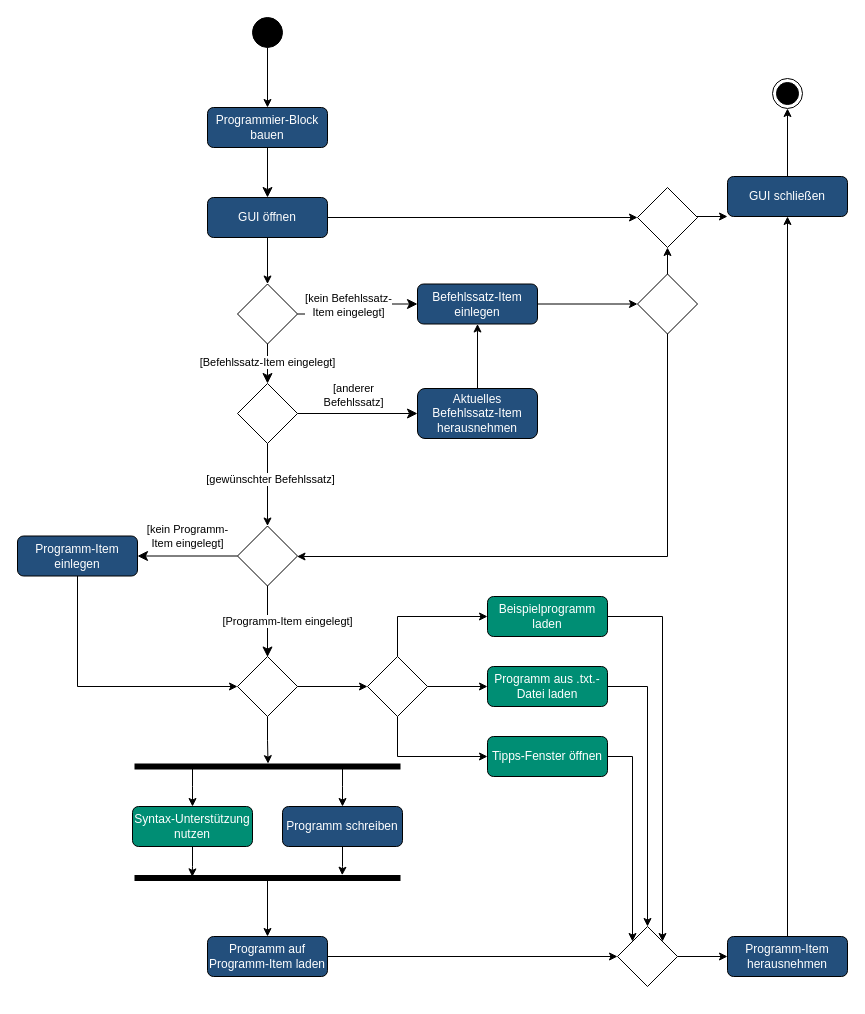
This is AktivitätsdiagrammProgrammierblock.drawio from LundiNord/RISCJ-Diagramms, a draw.io file, before an edit. Source tidied: cells renumbered, new cells numbered last; positions are measured from the earlier drawing's top-left corner, leaving out a move shared by most shapes. Both pictures are drawn from the tidied source at 100%, with x=0, y=0 at pixel (17, 17).
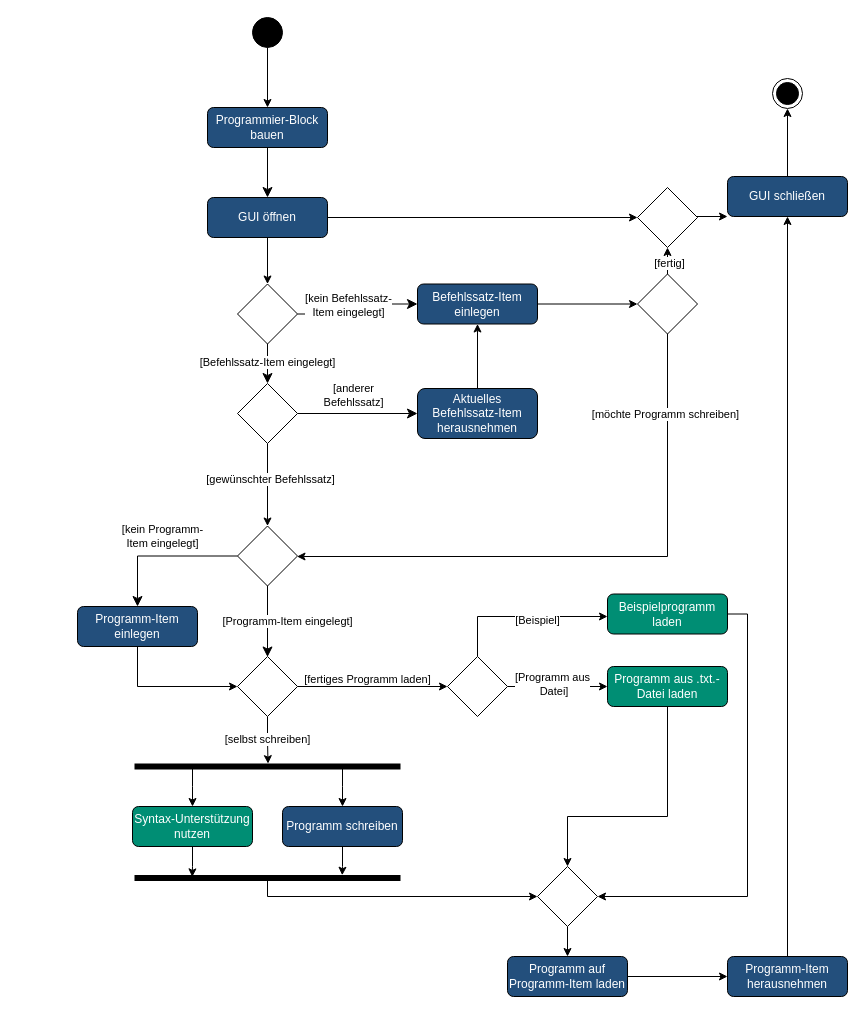
The same page after the edit.

The change refers to these unchanged cells:
```xml
<mxCell id="4" style="edgeStyle=orthogonalEdgeStyle;rounded=0;jettySize=auto;html=1;" parent="1" edge="1" source="17" target="23">
  <mxGeometry relative="1" as="geometry">
    <Array as="points">
      <mxPoint x="650" y="539" />
    </Array>
  </mxGeometry>
</mxCell>
<mxCell id="19" style="edgeStyle=orthogonalEdgeStyle;rounded=0;jettySize=auto;html=1;" parent="1" edge="1" source="17" target="20">
  <mxGeometry relative="1" as="geometry" />
</mxCell>
<mxCell id="34" style="edgeStyle=orthogonalEdgeStyle;rounded=0;jettySize=auto;html=1;entryX=-0.073;entryY=0.498;entryDx=0;entryDy=0;entryPerimeter=0;" parent="1" edge="1" source="35" target="45">
  <mxGeometry relative="1" as="geometry" />
</mxCell>
<mxCell id="35" style="rhombus;whiteSpace=wrap;html=1;shadow=0;fontFamily=Helvetica;fontSize=12;align=center;strokeWidth=1;spacing=6;spacingTop=-4;" parent="1" vertex="1">
  <mxGeometry x="220" y="639" width="60" height="60" as="geometry" />
</mxCell>
<mxCell id="47" style="html=1;points=[];perimeter=orthogonalPerimeter;fillColor=strokeColor;rotation=90;" parent="1" vertex="1">
  <mxGeometry x="247.5" y="728" width="5" height="265" as="geometry" />
</mxCell>
<mxCell id="55" style="edgeStyle=orthogonalEdgeStyle;rounded=0;jettySize=auto;html=1;" parent="1" edge="1" source="57" target="30">
  <mxGeometry relative="1" as="geometry" />
</mxCell>
<mxCell id="58" style="edgeStyle=orthogonalEdgeStyle;rounded=0;jettySize=auto;html=1;" parent="1" edge="1" source="35" target="57">
  <mxGeometry relative="1" as="geometry" />
</mxCell>
```

What changed in the source:
```diff
@@
+    <mxCell id="61" value="[möchte Programm schreiben]" style="edgeLabel;html=1;align=center;verticalAlign=middle;" parent="4" vertex="1">
+      <mxGeometry x="-0.73" y="-3" relative="1" as="geometry" />
+    </mxCell>
@@
+    <mxCell id="62" value="[fertig]" style="edgeLabel;html=1;align=center;verticalAlign=middle;" parent="19" vertex="1">
+      <mxGeometry x="0.43" y="-1" relative="1" as="geometry" />
+    </mxCell>
@@
     <mxCell id="24" style="edgeStyle=orthogonalEdgeStyle;rounded=0;jettySize=auto;html=1;" parent="1" edge="1" source="25" target="35">
       <mxGeometry relative="1" as="geometry">
         <Array as="points">
-          <mxPoint x="60" y="669" />
+          <mxPoint x="120" y="669" />
         </Array>
       </mxGeometry>
     </mxCell>
     <mxCell id="25" value="Programm-Item einlegen" style="rounded=1;whiteSpace=wrap;html=1;fontSize=12;glass=0;strokeWidth=1;shadow=0;fontColor=#ffffff;fillColor=#234F7C;" parent="1" vertex="1">
-      <mxGeometry y="518.5" width="120" height="40" as="geometry" />
+      <mxGeometry x="60" y="589" width="120" height="40" as="geometry" />
     </mxCell>
-    <mxCell id="26" style="edgeStyle=orthogonalEdgeStyle;rounded=0;jettySize=auto;html=1;entryX=0;entryY=0;entryDx=0;entryDy=0;" parent="1" edge="1" source="27" target="60">
-      <mxGeometry relative="1" as="geometry" />
-    </mxCell>
-    <mxCell id="27" value="Tipps-Fenster öffnen" style="rounded=1;whiteSpace=wrap;html=1;fontSize=12;glass=0;strokeWidth=1;shadow=0;fontColor=#ffffff;fillColor=#008e74;" parent="1" vertex="1">
-      <mxGeometry x="470" y="719" width="120" height="40" as="geometry" />
-    </mxCell>
@@
     <mxCell id="29" style="edgeStyle=orthogonalEdgeStyle;rounded=0;jettySize=auto;html=1;" parent="1" edge="1" source="30" target="60">
-      <mxGeometry relative="1" as="geometry" />
+      <mxGeometry relative="1" as="geometry">
+        <Array as="points">
+          <mxPoint x="650" y="799" />
+          <mxPoint x="550" y="799" />
+        </Array>
+      </mxGeometry>
     </mxCell>
-    <mxCell id="30" value="Programm aus .txt.-Datei laden" style="rounded=1;whiteSpace=wrap;html=1;fontSize=12;glass=0;strokeWidth=1;shadow=0;fontColor=#ffffff;fillColor=#008e74;" parent="1" vertex="1">
-      <mxGeometry x="470" y="649" width="120" height="40" as="geometry" />
-    </mxCell>
-    <mxCell id="31" style="edgeStyle=orthogonalEdgeStyle;rounded=0;jettySize=auto;html=1;entryX=1;entryY=0;entryDx=0;entryDy=0;" parent="1" edge="1" source="32" target="60">
-      <mxGeometry relative="1" as="geometry" />
-    </mxCell>
     <mxCell id="32" value="Beispielprogramm laden" style="rounded=1;whiteSpace=wrap;html=1;fontSize=12;glass=0;strokeWidth=1;shadow=0;fontColor=#ffffff;fillColor=#008e74;" parent="1" vertex="1">
-      <mxGeometry x="470" y="579" width="120" height="40" as="geometry" />
+      <mxGeometry x="590" y="576.5" width="120" height="40" as="geometry" />
     </mxCell>
@@
+    <mxCell id="63" value="[selbst schreiben]" style="edgeLabel;html=1;align=center;verticalAlign=middle;" parent="34" vertex="1">
+      <mxGeometry x="-0.07" y="-1" relative="1" as="geometry" />
+    </mxCell>
@@
-    <mxCell id="46" style="edgeStyle=orthogonalEdgeStyle;rounded=0;jettySize=auto;html=1;" parent="1" edge="1" source="47" target="51">
-      <mxGeometry relative="1" as="geometry" />
-    </mxCell>
+    <mxCell id="64" style="edgeStyle=orthogonalEdgeStyle;rounded=0;jettySize=auto;html=1;exitX=0.632;exitY=0.491;exitDx=0;exitDy=0;exitPerimeter=0;" parent="1" edge="1" source="47" target="60">
+      <mxGeometry relative="1" as="geometry">
+        <Array as="points">
+          <mxPoint x="250" y="861" />
+          <mxPoint x="250" y="879" />
+        </Array>
+      </mxGeometry>
+    </mxCell>
@@
-    <mxCell id="50" style="edgeStyle=orthogonalEdgeStyle;rounded=0;jettySize=auto;html=1;" parent="1" edge="1" source="60" target="53">
-      <mxGeometry relative="1" as="geometry" />
-    </mxCell>
+    <mxCell id="65" style="edgeStyle=orthogonalEdgeStyle;rounded=0;jettySize=auto;html=1;" parent="1" edge="1" source="51" target="53">
+      <mxGeometry relative="1" as="geometry" />
+    </mxCell>
     <mxCell id="51" value="Programm auf Programm-Item laden" style="rounded=1;whiteSpace=wrap;html=1;fontSize=12;glass=0;strokeWidth=1;shadow=0;fontColor=#ffffff;fillColor=#234F7C;" parent="1" vertex="1">
-      <mxGeometry x="190" y="919" width="120" height="40" as="geometry" />
+      <mxGeometry x="490" y="939" width="120" height="40" as="geometry" />
     </mxCell>
@@
     <mxCell id="53" value="Programm-Item herausnehmen" style="rounded=1;whiteSpace=wrap;html=1;fontSize=12;glass=0;strokeWidth=1;shadow=0;fontColor=#ffffff;fillColor=#234F7C;" parent="1" vertex="1">
-      <mxGeometry x="710" y="919" width="120" height="40" as="geometry" />
+      <mxGeometry x="710" y="939" width="120" height="40" as="geometry" />
     </mxCell>
     <mxCell id="54" style="edgeStyle=orthogonalEdgeStyle;rounded=0;jettySize=auto;html=1;" parent="1" edge="1" source="57" target="32">
       <mxGeometry relative="1" as="geometry">
         <Array as="points">
-          <mxPoint x="380" y="599" />
+          <mxPoint x="460" y="599" />
         </Array>
       </mxGeometry>
     </mxCell>
+    <mxCell id="66" value="[Beispiel]" style="edgeLabel;html=1;align=center;verticalAlign=middle;" parent="54" vertex="1">
+      <mxGeometry x="0.16" y="-3" relative="1" as="geometry" />
+    </mxCell>
@@
-    <mxCell id="56" style="edgeStyle=orthogonalEdgeStyle;rounded=0;jettySize=auto;html=1;" parent="1" edge="1" source="57" target="27">
-      <mxGeometry relative="1" as="geometry">
-        <Array as="points">
-          <mxPoint x="380" y="739" />
-        </Array>
-      </mxGeometry>
-    </mxCell>
+    <mxCell id="67" value="[Programm aus&lt;br&gt;&amp;nbsp;Datei]" style="edgeLabel;html=1;align=center;verticalAlign=middle;" parent="55" vertex="1">
+      <mxGeometry x="-0.12" y="3" relative="1" as="geometry" />
+    </mxCell>
     <mxCell id="57" style="rhombus;whiteSpace=wrap;html=1;shadow=0;fontFamily=Helvetica;fontSize=12;align=center;strokeWidth=1;spacing=6;spacingTop=-4;" parent="1" vertex="1">
-      <mxGeometry x="350" y="639" width="60" height="60" as="geometry" />
+      <mxGeometry x="430" y="639" width="60" height="60" as="geometry" />
     </mxCell>
@@
-    <mxCell id="59" style="edgeStyle=orthogonalEdgeStyle;rounded=0;jettySize=auto;html=1;" parent="1" edge="1" source="51" target="60">
-      <mxGeometry relative="1" as="geometry" />
-    </mxCell>
+    <mxCell id="68" value="[fertiges Programm laden]" style="edgeLabel;html=1;align=center;verticalAlign=middle;" parent="58" vertex="1">
+      <mxGeometry x="-0.08" y="8" relative="1" as="geometry" />
+    </mxCell>
+    <mxCell id="69" style="edgeStyle=orthogonalEdgeStyle;rounded=0;jettySize=auto;html=1;" parent="1" edge="1" source="60" target="51">
+      <mxGeometry relative="1" as="geometry" />
+    </mxCell>
     <mxCell id="60" style="rhombus;whiteSpace=wrap;html=1;shadow=0;fontFamily=Helvetica;fontSize=12;align=center;strokeWidth=1;spacing=6;spacingTop=-4;" parent="1" vertex="1">
-      <mxGeometry x="600" y="909" width="60" height="60" as="geometry" />
+      <mxGeometry x="520" y="849" width="60" height="60" as="geometry" />
     </mxCell>
+    <mxCell id="31" style="edgeStyle=orthogonalEdgeStyle;rounded=0;jettySize=auto;html=1;" parent="1" edge="1" source="32" target="60">
+      <mxGeometry relative="1" as="geometry">
+        <Array as="points">
+          <mxPoint x="730" y="597" />
+          <mxPoint x="730" y="879" />
+        </Array>
+      </mxGeometry>
+    </mxCell>
+    <mxCell id="30" value="Programm aus .txt.-Datei laden" style="rounded=1;whiteSpace=wrap;html=1;fontSize=12;glass=0;strokeWidth=1;shadow=0;fontColor=#ffffff;fillColor=#008e74;" parent="1" vertex="1">
+      <mxGeometry x="590" y="649" width="120" height="40" as="geometry" />
+    </mxCell>
```
